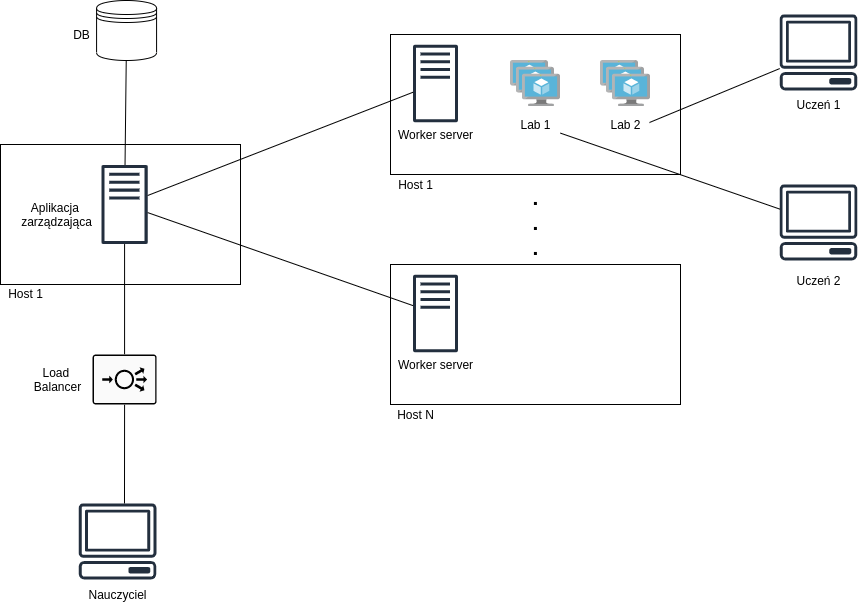
This is img/arch4.png from VM-Lab-Automation/Presentation, a draw.io export, as it was before one commit. Source tidied: cells renumbered, new cells last; positions are measured from the earlier drawing's top-left corner, leaving out a move shared by most shapes. The source it was exported from:
```xml
<mxGraphModel>
  <root>
    <mxCell id="0" />
    <mxCell id="1" parent="0" />
    <mxCell id="2" style="rounded=0;whiteSpace=wrap;html=1;" parent="1" vertex="1">
      <mxGeometry y="144" width="240" height="140" as="geometry" />
    </mxCell>
    <mxCell id="3" value="Host 1" style="text;html=1;align=center;verticalAlign=middle;" parent="1" vertex="1">
      <mxGeometry y="283" width="50" height="20" as="geometry" />
    </mxCell>
    <mxCell id="4" style="outlineConnect=0;fontColor=#232F3E;gradientColor=none;fillColor=#232F3E;strokeColor=none;dashed=0;verticalLabelPosition=bottom;verticalAlign=top;align=center;html=1;fontSize=12;fontStyle=0;shape=mxgraph.aws4.traditional_server;" parent="1" vertex="1">
      <mxGeometry x="101" y="164" width="46.1" height="80" as="geometry" />
    </mxCell>
    <mxCell id="5" value="Aplikacja &lt;br&gt;zarządzająca" style="text;html=1;align=center;verticalAlign=middle;" parent="1" vertex="1">
      <mxGeometry x="11" y="199" width="90" height="30" as="geometry" />
    </mxCell>
    <mxCell id="6" style="rounded=0;whiteSpace=wrap;html=1;" parent="1" vertex="1">
      <mxGeometry x="390" y="34" width="290" height="140" as="geometry" />
    </mxCell>
    <mxCell id="7" style="outlineConnect=0;fontColor=#232F3E;gradientColor=none;fillColor=#232F3E;strokeColor=none;dashed=0;verticalLabelPosition=bottom;verticalAlign=top;align=center;html=1;fontSize=12;fontStyle=0;shape=mxgraph.aws4.traditional_server;" parent="1" vertex="1">
      <mxGeometry x="412.5" y="44" width="45" height="78" as="geometry" />
    </mxCell>
    <mxCell id="8" value="Worker server" style="text;html=1;align=center;verticalAlign=middle;" parent="1" vertex="1">
      <mxGeometry x="390" y="124" width="90" height="20" as="geometry" />
    </mxCell>
    <mxCell id="9" style="shape=datastore;whiteSpace=wrap;html=1;" parent="1" vertex="1">
      <mxGeometry x="96.1" width="60" height="60" as="geometry" />
    </mxCell>
    <mxCell id="10" value="DB&lt;br&gt;" style="text;html=1;align=center;verticalAlign=middle;" parent="1" vertex="1">
      <mxGeometry x="66.1" y="24" width="30" height="20" as="geometry" />
    </mxCell>
    <mxCell id="11" style="endArrow=none;html=1;" parent="1" edge="1" source="4" target="9">
      <mxGeometry relative="1" as="geometry" />
    </mxCell>
    <mxCell id="12" value="Host 1" style="text;html=1;align=center;verticalAlign=middle;" parent="1" vertex="1">
      <mxGeometry x="390" y="174" width="50" height="20" as="geometry" />
    </mxCell>
    <mxCell id="13" style="outlineConnect=0;fontColor=#232F3E;gradientColor=none;fillColor=#232F3E;strokeColor=none;dashed=0;verticalLabelPosition=bottom;verticalAlign=top;align=center;html=1;fontSize=12;fontStyle=0;shape=mxgraph.aws4.client;" parent="1" vertex="1">
      <mxGeometry x="78.1" y="503" width="78" height="76" as="geometry" />
    </mxCell>
    <mxCell id="14" style="html=1;align=center;image;fontSize=12;image=img/lib/mscae/VM_Scale_Set.svg;fontFamily=Helvetica;fontColor=#000000;strokeColor=#000000;fillColor=#ffffff;" parent="1" vertex="1">
      <mxGeometry x="510" y="60" width="50" height="46" as="geometry" />
    </mxCell>
    <mxCell id="15" style="html=1;align=center;image;fontSize=12;image=img/lib/mscae/VM_Scale_Set.svg;fontFamily=Helvetica;fontColor=#000000;strokeColor=#000000;fillColor=#ffffff;" parent="1" vertex="1">
      <mxGeometry x="600" y="60" width="50" height="46" as="geometry" />
    </mxCell>
    <mxCell id="16" value="Lab 1" style="text;html=1;align=center;verticalAlign=middle;points=[];" parent="1" vertex="1">
      <mxGeometry x="510" y="114" width="50" height="20" as="geometry" />
    </mxCell>
    <mxCell id="17" value="Lab 2" style="text;html=1;align=center;verticalAlign=middle;" parent="1" vertex="1">
      <mxGeometry x="600" y="114" width="50" height="20" as="geometry" />
    </mxCell>
    <mxCell id="18" style="rounded=0;whiteSpace=wrap;html=1;" parent="1" vertex="1">
      <mxGeometry x="390" y="264" width="290" height="140" as="geometry" />
    </mxCell>
    <mxCell id="19" style="outlineConnect=0;fontColor=#232F3E;gradientColor=none;fillColor=#232F3E;strokeColor=none;dashed=0;verticalLabelPosition=bottom;verticalAlign=top;align=center;html=1;fontSize=12;fontStyle=0;shape=mxgraph.aws4.traditional_server;" parent="1" vertex="1">
      <mxGeometry x="412.5" y="274" width="45" height="78" as="geometry" />
    </mxCell>
    <mxCell id="20" value="Worker server" style="text;html=1;align=center;verticalAlign=middle;" parent="1" vertex="1">
      <mxGeometry x="390" y="354" width="90" height="20" as="geometry" />
    </mxCell>
    <mxCell id="21" value="Host N" style="text;html=1;align=center;verticalAlign=middle;" parent="1" vertex="1">
      <mxGeometry x="390" y="404" width="50" height="20" as="geometry" />
    </mxCell>
    <mxCell id="22" value="&lt;font style=&quot;font-size: 21px&quot;&gt;&lt;b&gt;.&lt;br&gt;.&lt;br&gt;.&lt;/b&gt;&lt;/font&gt;" style="text;html=1;align=center;verticalAlign=middle;" parent="1" vertex="1">
      <mxGeometry x="525" y="192" width="20" height="60" as="geometry" />
    </mxCell>
    <mxCell id="23" value="Nauczyciel" style="text;html=1;align=center;verticalAlign=middle;" parent="1" vertex="1">
      <mxGeometry x="82.1" y="584" width="70" height="20" as="geometry" />
    </mxCell>
    <mxCell id="24" value="Uczeń 1" style="text;html=1;align=center;verticalAlign=middle;" parent="1" vertex="1">
      <mxGeometry x="788" y="94" width="60" height="20" as="geometry" />
    </mxCell>
    <mxCell id="25" style="outlineConnect=0;fontColor=#232F3E;gradientColor=none;fillColor=#232F3E;strokeColor=none;dashed=0;verticalLabelPosition=bottom;verticalAlign=top;align=center;html=1;fontSize=12;fontStyle=0;shape=mxgraph.aws4.client;" parent="1" vertex="1">
      <mxGeometry x="779" y="14" width="78" height="76" as="geometry" />
    </mxCell>
    <mxCell id="26" style="endArrow=none;html=1;exitX=0.589;exitY=0;exitDx=0;exitDy=0;exitPerimeter=0;entryX=0.5;entryY=1;entryDx=0;entryDy=0;entryPerimeter=0;" parent="1" edge="1" source="13" target="28">
      <mxGeometry relative="1" as="geometry" />
    </mxCell>
    <mxCell id="27" style="endArrow=none;html=1;" parent="1" edge="1" source="25">
      <mxGeometry relative="1" as="geometry">
        <mxPoint x="649" y="122" as="targetPoint" />
      </mxGeometry>
    </mxCell>
    <mxCell id="28" style="points=[[0.015,0.015,0],[0.985,0.015,0],[0.985,0.985,0],[0.015,0.985,0],[0.25,0,0],[0.5,0,0],[0.75,0,0],[1,0.25,0],[1,0.5,0],[1,0.75,0],[0.75,1,0],[0.5,1,0],[0.25,1,0],[0,0.75,0],[0,0.5,0],[0,0.25,0]];verticalLabelPosition=bottom;html=1;verticalAlign=top;align=center;shape=mxgraph.cisco19.rect;prIcon=load_balancer;fillColor=#FAFAFA;direction=east;" parent="1" vertex="1">
      <mxGeometry x="92.1" y="354" width="64" height="50" as="geometry" />
    </mxCell>
    <mxCell id="29" style="endArrow=none;html=1;exitX=0.5;exitY=0;exitDx=0;exitDy=0;exitPerimeter=0;" parent="1" edge="1" source="28" target="4">
      <mxGeometry relative="1" as="geometry" />
    </mxCell>
    <mxCell id="30" style="endArrow=none;html=1;" parent="1" edge="1" source="4" target="7">
      <mxGeometry relative="1" as="geometry" />
    </mxCell>
    <mxCell id="31" style="endArrow=none;html=1;" parent="1" edge="1" source="4" target="19">
      <mxGeometry relative="1" as="geometry" />
    </mxCell>
    <mxCell id="32" value="Load &lt;br&gt;Balancer" style="text;html=1;align=center;verticalAlign=middle;" parent="1" vertex="1">
      <mxGeometry x="27.1" y="364" width="60" height="30" as="geometry" />
    </mxCell>
    <mxCell id="33" style="outlineConnect=0;fontColor=#232F3E;gradientColor=none;fillColor=#232F3E;strokeColor=none;dashed=0;verticalLabelPosition=bottom;verticalAlign=top;align=center;html=1;fontSize=12;fontStyle=0;shape=mxgraph.aws4.client;" parent="1" vertex="1">
      <mxGeometry x="779" y="184" width="78" height="76" as="geometry" />
    </mxCell>
    <mxCell id="34" style="endArrow=none;html=1;" parent="1" edge="1" source="16" target="33">
      <mxGeometry relative="1" as="geometry" />
    </mxCell>
    <mxCell id="35" value="Uczeń 2" style="text;html=1;align=center;verticalAlign=middle;" parent="1" vertex="1">
      <mxGeometry x="788" y="270" width="60" height="20" as="geometry" />
    </mxCell>
  </root>
</mxGraphModel>
```
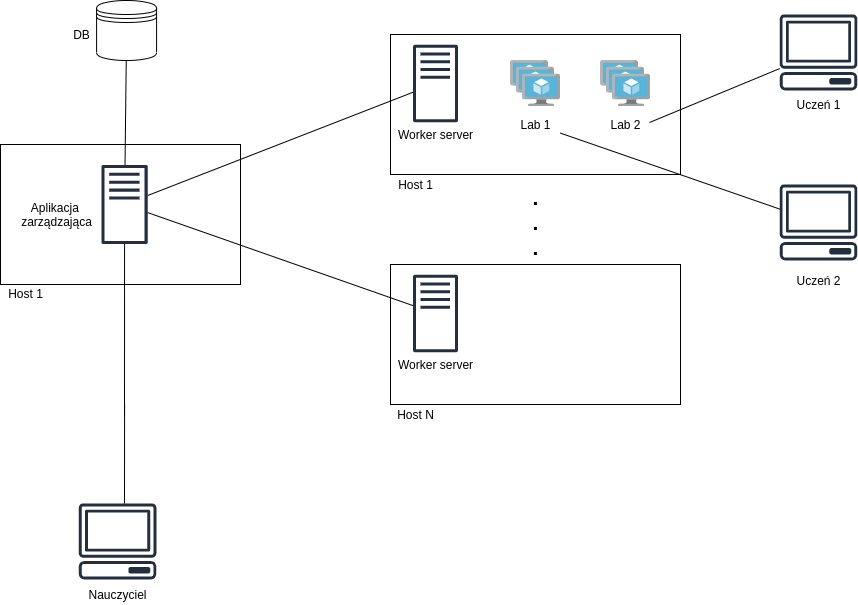
The same diagram one commit later.

Commit message:
arch and gifs improvements

Change to the diagram source:
```diff
@@ -74,19 +74,20 @@
     <mxCell id="25" style="outlineConnect=0;fontColor=#232F3E;gradientColor=none;fillColor=#232F3E;strokeColor=none;dashed=0;verticalLabelPosition=bottom;verticalAlign=top;align=center;html=1;fontSize=12;fontStyle=0;shape=mxgraph.aws4.client;" parent="1" vertex="1">
       <mxGeometry x="779" y="14" width="78" height="76" as="geometry" />
     </mxCell>
-    <mxCell id="26" style="endArrow=none;html=1;exitX=0.589;exitY=0;exitDx=0;exitDy=0;exitPerimeter=0;entryX=0.5;entryY=1;entryDx=0;entryDy=0;entryPerimeter=0;" parent="1" edge="1" source="13" target="28">
-      <mxGeometry relative="1" as="geometry" />
+    <mxCell id="26" style="endArrow=none;html=1;exitX=0.589;exitY=0;exitDx=0;exitDy=0;exitPerimeter=0;entryX=0.5;entryY=1;entryDx=0;entryDy=0;entryPerimeter=0;" parent="1" edge="1" source="13">
+      <mxGeometry relative="1" as="geometry">
+        <mxPoint x="124.1" y="404" as="targetPoint" />
+      </mxGeometry>
     </mxCell>
     <mxCell id="27" style="endArrow=none;html=1;" parent="1" edge="1" source="25">
       <mxGeometry relative="1" as="geometry">
         <mxPoint x="649" y="122" as="targetPoint" />
       </mxGeometry>
     </mxCell>
-    <mxCell id="28" style="points=[[0.015,0.015,0],[0.985,0.015,0],[0.985,0.985,0],[0.015,0.985,0],[0.25,0,0],[0.5,0,0],[0.75,0,0],[1,0.25,0],[1,0.5,0],[1,0.75,0],[0.75,1,0],[0.5,1,0],[0.25,1,0],[0,0.75,0],[0,0.5,0],[0,0.25,0]];verticalLabelPosition=bottom;html=1;verticalAlign=top;align=center;shape=mxgraph.cisco19.rect;prIcon=load_balancer;fillColor=#FAFAFA;direction=east;" parent="1" vertex="1">
-      <mxGeometry x="92.1" y="354" width="64" height="50" as="geometry" />
-    </mxCell>
-    <mxCell id="29" style="endArrow=none;html=1;exitX=0.5;exitY=0;exitDx=0;exitDy=0;exitPerimeter=0;" parent="1" edge="1" source="28" target="4">
-      <mxGeometry relative="1" as="geometry" />
+    <mxCell id="29" style="endArrow=none;html=1;" parent="1" edge="1" target="4">
+      <mxGeometry relative="1" as="geometry">
+        <mxPoint x="124" y="414" as="sourcePoint" />
+      </mxGeometry>
     </mxCell>
     <mxCell id="30" style="endArrow=none;html=1;" parent="1" edge="1" source="4" target="7">
       <mxGeometry relative="1" as="geometry" />
@@ -94,9 +95,6 @@
     <mxCell id="31" style="endArrow=none;html=1;" parent="1" edge="1" source="4" target="19">
       <mxGeometry relative="1" as="geometry" />
     </mxCell>
-    <mxCell id="32" value="Load &lt;br&gt;Balancer" style="text;html=1;align=center;verticalAlign=middle;" parent="1" vertex="1">
-      <mxGeometry x="27.1" y="364" width="60" height="30" as="geometry" />
-    </mxCell>
     <mxCell id="33" style="outlineConnect=0;fontColor=#232F3E;gradientColor=none;fillColor=#232F3E;strokeColor=none;dashed=0;verticalLabelPosition=bottom;verticalAlign=top;align=center;html=1;fontSize=12;fontStyle=0;shape=mxgraph.aws4.client;" parent="1" vertex="1">
       <mxGeometry x="779" y="184" width="78" height="76" as="geometry" />
     </mxCell>
```
